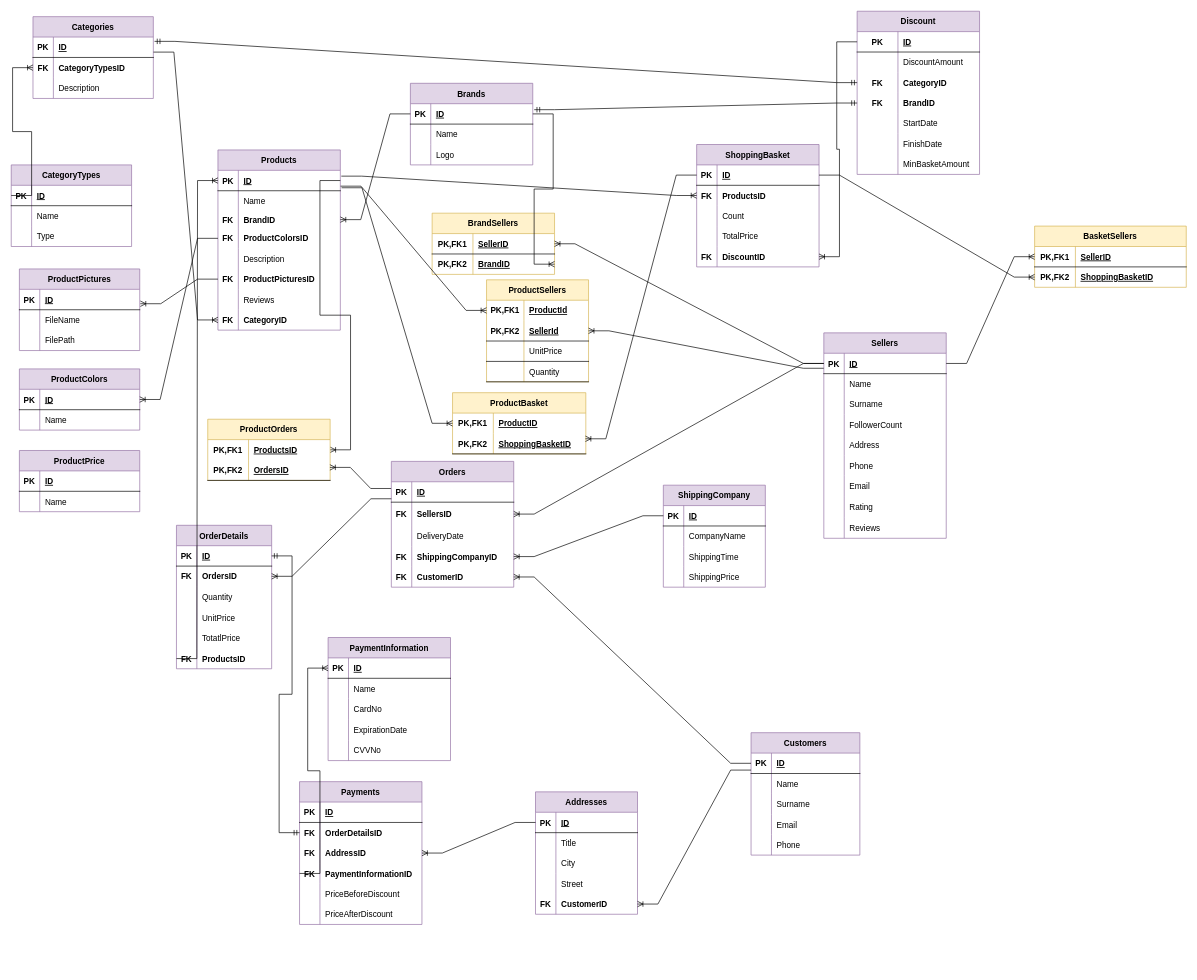
This is Son.drawio from HandeYetisen/Python, a draw.io file, before an edit. Source tidied: cells renumbered, new cells numbered last; positions are measured from the earlier drawing's top-left corner, leaving out a move shared by most shapes. Both pictures are drawn from the tidied source at 68%, with x=0, y=0 at pixel (11, 11).
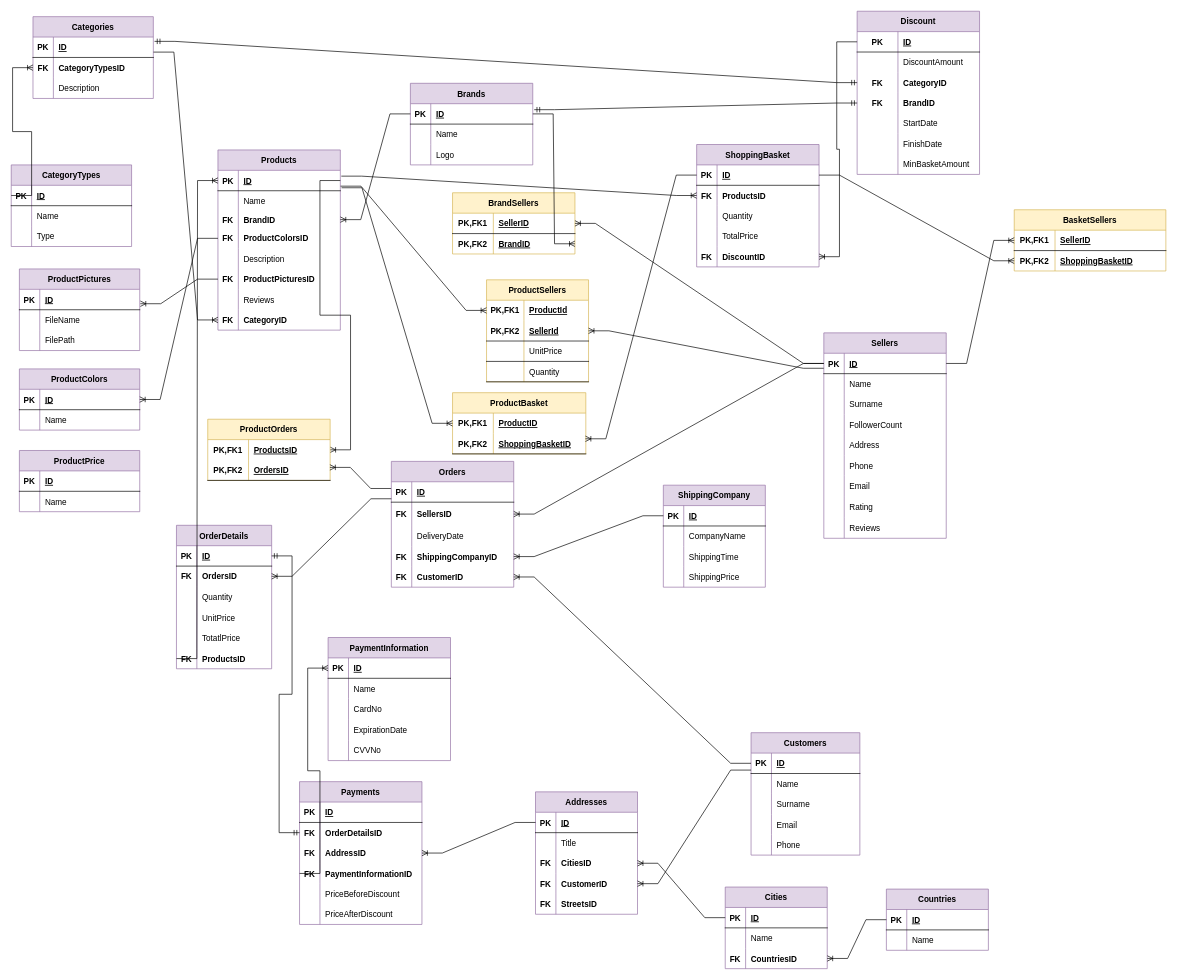
After the change.

Unchanged cells that the change refers to:
```xml
<mxCell id="53" value="Addresses" style="shape=table;startSize=30;childLayout=tableLayout;rowLines=0;fontStyle=1;align=center;fillColor=#e1d5e7;strokeColor=#9673a6;" parent="1" vertex="1">
  <mxGeometry x="771" y="1148" width="150" height="180" as="geometry" />
</mxCell>
<mxCell id="60" style="shape=tableRow;horizontal=0;startSize=0;swimlaneHead=0;swimlaneBody=0;fillColor=none;points=[[0,0.5],[1,0.5]];portConstraint=eastwest;top=0;left=0;right=0;bottom=0;" parent="53" vertex="1">
  <mxGeometry y="90" width="150" height="30" as="geometry" />
</mxCell>
<mxCell id="150" style="shape=tableRow;horizontal=0;startSize=0;swimlaneHead=0;swimlaneBody=0;fillColor=none;top=0;left=0;right=0;bottom=0;" parent="143" vertex="1">
  <mxGeometry y="90" width="180" height="30" as="geometry" />
</mxCell>
```

The edit, as a diff of the source:
```diff
@@
-    <mxCell id="61" style="shape=partialRectangle;fillColor=none;top=0;left=0;bottom=0;right=0;overflow=hidden;fontStyle=1;" parent="60" vertex="1">
+    <mxCell id="61" value="FK" style="shape=partialRectangle;fillColor=none;top=0;left=0;bottom=0;right=0;overflow=hidden;fontStyle=1;" parent="60" vertex="1">
       <mxGeometry width="30" height="30" as="geometry" />
     </mxCell>
-    <mxCell id="62" value="City" style="shape=partialRectangle;fillColor=none;top=0;left=0;bottom=0;right=0;align=left;spacingLeft=6;overflow=hidden;fontStyle=0;" parent="60" vertex="1">
+    <mxCell id="62" value="CitiesID" style="shape=partialRectangle;fillColor=none;top=0;left=0;bottom=0;right=0;align=left;spacingLeft=6;overflow=hidden;fontStyle=1;" parent="60" vertex="1">
       <mxGeometry x="30" width="120" height="30" as="geometry" />
     </mxCell>
-    <mxCell id="63" style="shape=tableRow;horizontal=0;startSize=0;swimlaneHead=0;swimlaneBody=0;fillColor=none;top=0;left=0;right=0;bottom=0;" parent="53" vertex="1">
-      <mxGeometry y="120" width="150" height="30" as="geometry" />
-    </mxCell>
-    <mxCell id="64" style="shape=partialRectangle;fillColor=none;top=0;left=0;bottom=0;right=0;overflow=hidden;fontStyle=1;" parent="63" vertex="1">
-      <mxGeometry width="30" height="30" as="geometry" />
-    </mxCell>
-    <mxCell id="65" value="Street" style="shape=partialRectangle;fillColor=none;top=0;left=0;bottom=0;right=0;align=left;spacingLeft=6;overflow=hidden;fontStyle=0;" parent="63" vertex="1">
-      <mxGeometry x="30" width="120" height="30" as="geometry" />
-    </mxCell>
     <mxCell id="66" style="shape=tableRow;horizontal=0;startSize=0;swimlaneHead=0;swimlaneBody=0;fillColor=none;points=[[0,0.5],[1,0.5]];portConstraint=eastwest;top=0;left=0;right=0;bottom=0;" parent="53" vertex="1">
-      <mxGeometry y="150" width="150" height="30" as="geometry" />
+      <mxGeometry y="120" width="150" height="30" as="geometry" />
     </mxCell>
@@
+    <mxCell id="332" style="shape=tableRow;horizontal=0;startSize=0;swimlaneHead=0;swimlaneBody=0;fillColor=none;top=0;left=0;right=0;bottom=0;" parent="53" vertex="1">
+      <mxGeometry y="150" width="150" height="30" as="geometry" />
+    </mxCell>
+    <mxCell id="333" value="FK" style="shape=partialRectangle;fillColor=none;top=0;left=0;bottom=0;right=0;overflow=hidden;fontStyle=1;" parent="332" vertex="1">
+      <mxGeometry width="30" height="30" as="geometry" />
+    </mxCell>
+    <mxCell id="334" value="StreetsID" style="shape=partialRectangle;fillColor=none;top=0;left=0;bottom=0;right=0;align=left;spacingLeft=6;overflow=hidden;fontStyle=1;" parent="332" vertex="1">
+      <mxGeometry x="30" width="120" height="30" as="geometry" />
+    </mxCell>
@@
     <mxCell id="114" value="BrandSellers" style="shape=table;startSize=30;childLayout=tableLayout;rowLines=0;fontStyle=1;align=center;fillColor=#fff2cc;strokeColor=#d6b656;" parent="1" vertex="1">
-      <mxGeometry x="619" y="297" width="180" height="90" as="geometry" />
+      <mxGeometry x="649" y="267" width="180" height="90" as="geometry" />
     </mxCell>
@@
-    <mxCell id="152" value="Count" style="shape=partialRectangle;fillColor=none;top=0;left=0;bottom=0;right=0;align=left;spacingLeft=6;overflow=hidden;" parent="150" vertex="1">
+    <mxCell id="152" value="Quantity" style="shape=partialRectangle;fillColor=none;top=0;left=0;bottom=0;right=0;align=left;spacingLeft=6;overflow=hidden;" parent="150" vertex="1">
       <mxGeometry x="30" width="150" height="30" as="geometry" />
     </mxCell>
@@
     <mxCell id="286" value="BasketSellers" style="shape=table;startSize=30;childLayout=tableLayout;rowLines=0;fontStyle=1;align=center;fillColor=#fff2cc;strokeColor=#d6b656;" parent="1" vertex="1">
-      <mxGeometry x="1505" y="316" width="223" height="90" as="geometry" />
+      <mxGeometry x="1475" y="292" width="223" height="90" as="geometry" />
     </mxCell>
@@
+    <mxCell id="335" value="Cities" style="shape=table;startSize=30;childLayout=tableLayout;rowLines=0;fontStyle=1;align=center;fillColor=#e1d5e7;strokeColor=#9673a6;" parent="1" vertex="1">
+      <mxGeometry x="1050" y="1288" width="150" height="120" as="geometry" />
+    </mxCell>
+    <mxCell id="336" style="shape=tableRow;horizontal=0;startSize=0;swimlaneHead=0;swimlaneBody=0;fillColor=none;points=[[0,0.5],[1,0.5]];portConstraint=eastwest;top=0;left=0;right=0;bottom=1;" parent="335" vertex="1">
+      <mxGeometry y="30" width="150" height="30" as="geometry" />
+    </mxCell>
+    <mxCell id="337" value="PK" style="shape=partialRectangle;fillColor=none;top=0;left=0;bottom=0;right=0;fontStyle=1;overflow=hidden;" parent="336" vertex="1">
+      <mxGeometry width="30" height="30" as="geometry" />
+    </mxCell>
+    <mxCell id="338" value="ID" style="shape=partialRectangle;fillColor=none;top=0;left=0;bottom=0;right=0;align=left;spacingLeft=6;fontStyle=5;overflow=hidden;" parent="336" vertex="1">
+      <mxGeometry x="30" width="120" height="30" as="geometry" />
+    </mxCell>
+    <mxCell id="339" style="shape=tableRow;horizontal=0;startSize=0;swimlaneHead=0;swimlaneBody=0;fillColor=none;top=0;left=0;right=0;bottom=0;" parent="335" vertex="1">
+      <mxGeometry y="60" width="150" height="30" as="geometry" />
+    </mxCell>
+    <mxCell id="340" style="shape=partialRectangle;fillColor=none;top=0;left=0;bottom=0;right=0;overflow=hidden;" parent="339" vertex="1">
+      <mxGeometry width="30" height="30" as="geometry" />
+    </mxCell>
+    <mxCell id="341" value="Name" style="shape=partialRectangle;fillColor=none;top=0;left=0;bottom=0;right=0;align=left;spacingLeft=6;overflow=hidden;" parent="339" vertex="1">
+      <mxGeometry x="30" width="120" height="30" as="geometry" />
+    </mxCell>
+    <mxCell id="342" style="edgeStyle=orthogonalEdgeStyle;rounded=0;orthogonalLoop=1;jettySize=auto;html=1;exitX=1;exitY=0.5;exitDx=0;exitDy=0;" parent="335" edge="1">
+      <mxGeometry relative="1" as="geometry">
+        <mxPoint x="150" y="135" as="sourcePoint" />
+        <mxPoint x="150" y="135" as="targetPoint" />
+      </mxGeometry>
+    </mxCell>
+    <mxCell id="343" style="shape=tableRow;horizontal=0;startSize=0;swimlaneHead=0;swimlaneBody=0;fillColor=none;points=[[0,0.5],[1,0.5]];portConstraint=eastwest;top=0;left=0;right=0;bottom=0;" parent="335" vertex="1">
+      <mxGeometry y="90" width="150" height="30" as="geometry" />
+    </mxCell>
+    <mxCell id="344" value="FK" style="shape=partialRectangle;fillColor=none;top=0;left=0;bottom=0;right=0;overflow=hidden;fontStyle=1;" parent="343" vertex="1">
+      <mxGeometry width="30" height="30" as="geometry" />
+    </mxCell>
+    <mxCell id="345" value="CountriesID" style="shape=partialRectangle;fillColor=none;top=0;left=0;bottom=0;right=0;align=left;spacingLeft=6;overflow=hidden;fontStyle=1;" parent="343" vertex="1">
+      <mxGeometry x="30" width="120" height="30" as="geometry" />
+    </mxCell>
+    <mxCell id="346" value="Countries" style="shape=table;startSize=30;childLayout=tableLayout;rowLines=0;fontStyle=1;align=center;fillColor=#e1d5e7;strokeColor=#9673a6;" parent="1" vertex="1">
+      <mxGeometry x="1287" y="1291" width="150" height="90" as="geometry" />
+    </mxCell>
+    <mxCell id="347" style="shape=tableRow;horizontal=0;startSize=0;swimlaneHead=0;swimlaneBody=0;fillColor=none;points=[[0,0.5],[1,0.5]];portConstraint=eastwest;top=0;left=0;right=0;bottom=1;" parent="346" vertex="1">
+      <mxGeometry y="30" width="150" height="30" as="geometry" />
+    </mxCell>
+    <mxCell id="348" value="PK" style="shape=partialRectangle;fillColor=none;top=0;left=0;bottom=0;right=0;fontStyle=1;overflow=hidden;" parent="347" vertex="1">
+      <mxGeometry width="30" height="30" as="geometry" />
+    </mxCell>
+    <mxCell id="349" value="ID" style="shape=partialRectangle;fillColor=none;top=0;left=0;bottom=0;right=0;align=left;spacingLeft=6;fontStyle=5;overflow=hidden;" parent="347" vertex="1">
+      <mxGeometry x="30" width="120" height="30" as="geometry" />
+    </mxCell>
+    <mxCell id="350" style="shape=tableRow;horizontal=0;startSize=0;swimlaneHead=0;swimlaneBody=0;fillColor=none;top=0;left=0;right=0;bottom=0;" parent="346" vertex="1">
+      <mxGeometry y="60" width="150" height="30" as="geometry" />
+    </mxCell>
+    <mxCell id="351" style="shape=partialRectangle;fillColor=none;top=0;left=0;bottom=0;right=0;overflow=hidden;" parent="350" vertex="1">
+      <mxGeometry width="30" height="30" as="geometry" />
+    </mxCell>
+    <mxCell id="352" value="Name" style="shape=partialRectangle;fillColor=none;top=0;left=0;bottom=0;right=0;align=left;spacingLeft=6;overflow=hidden;" parent="350" vertex="1">
+      <mxGeometry x="30" width="120" height="30" as="geometry" />
+    </mxCell>
+    <mxCell id="353" style="edgeStyle=orthogonalEdgeStyle;rounded=0;orthogonalLoop=1;jettySize=auto;html=1;exitX=1;exitY=0.5;exitDx=0;exitDy=0;" parent="346" edge="1">
+      <mxGeometry relative="1" as="geometry">
+        <mxPoint x="150" y="135" as="sourcePoint" />
+        <mxPoint x="150" y="135" as="targetPoint" />
+      </mxGeometry>
+    </mxCell>
+    <mxCell id="354" style="edgeStyle=entityRelationEdgeStyle;fontSize=12;html=1;endArrow=ERoneToMany;rounded=0;exitX=0;exitY=0.5;exitDx=0;exitDy=0;entryX=1;entryY=0.5;entryDx=0;entryDy=0;" parent="1" edge="1" source="347" target="343">
+      <mxGeometry relative="1" as="geometry" />
+    </mxCell>
+    <mxCell id="355" style="edgeStyle=entityRelationEdgeStyle;fontSize=12;html=1;endArrow=ERoneToMany;rounded=0;exitX=0;exitY=0.5;exitDx=0;exitDy=0;" parent="1" edge="1" source="336" target="60">
+      <mxGeometry relative="1" as="geometry" />
+    </mxCell>
```
